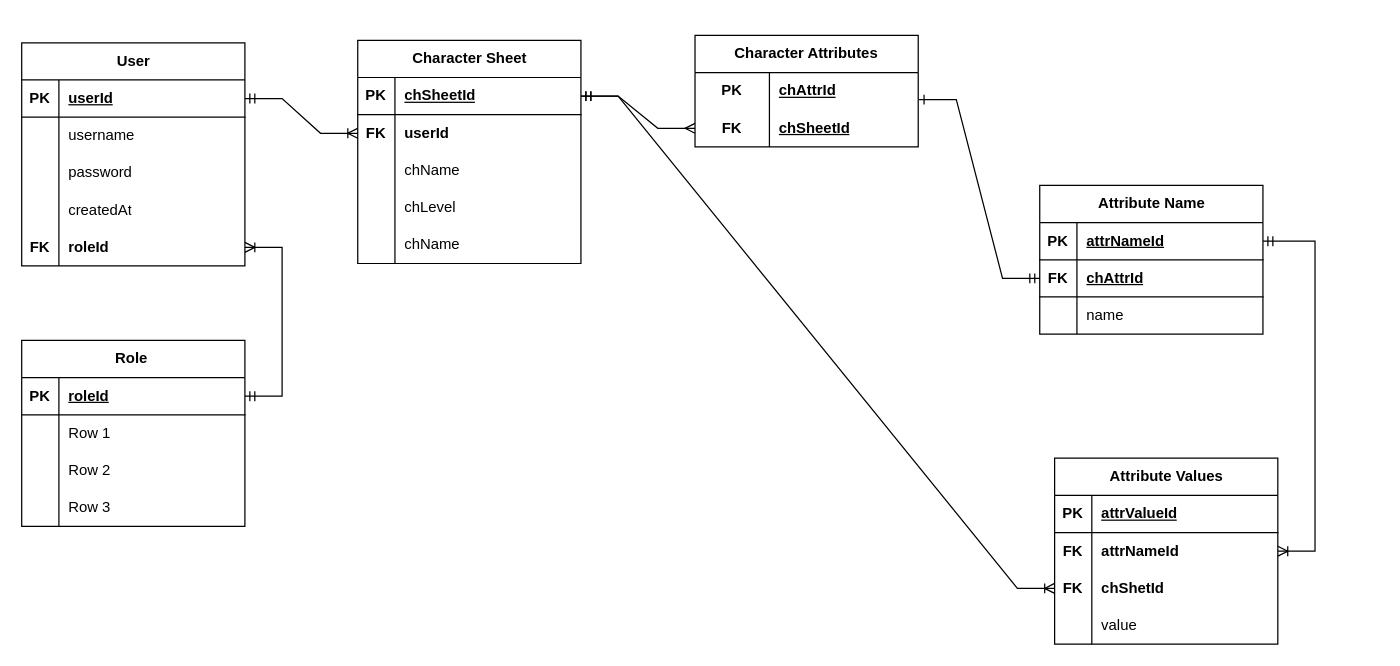
The draw.io diagram db-diagram.drawio in decioneto/rpg-ghanor-dashboard, before the edit. Source tidied: cells renumbered, new cells numbered last; positions are measured from the earlier drawing's top-left corner, leaving out a move shared by most shapes. Both pictures are drawn from the tidied source at 124%, with x=0, y=0 at pixel (21, 35).
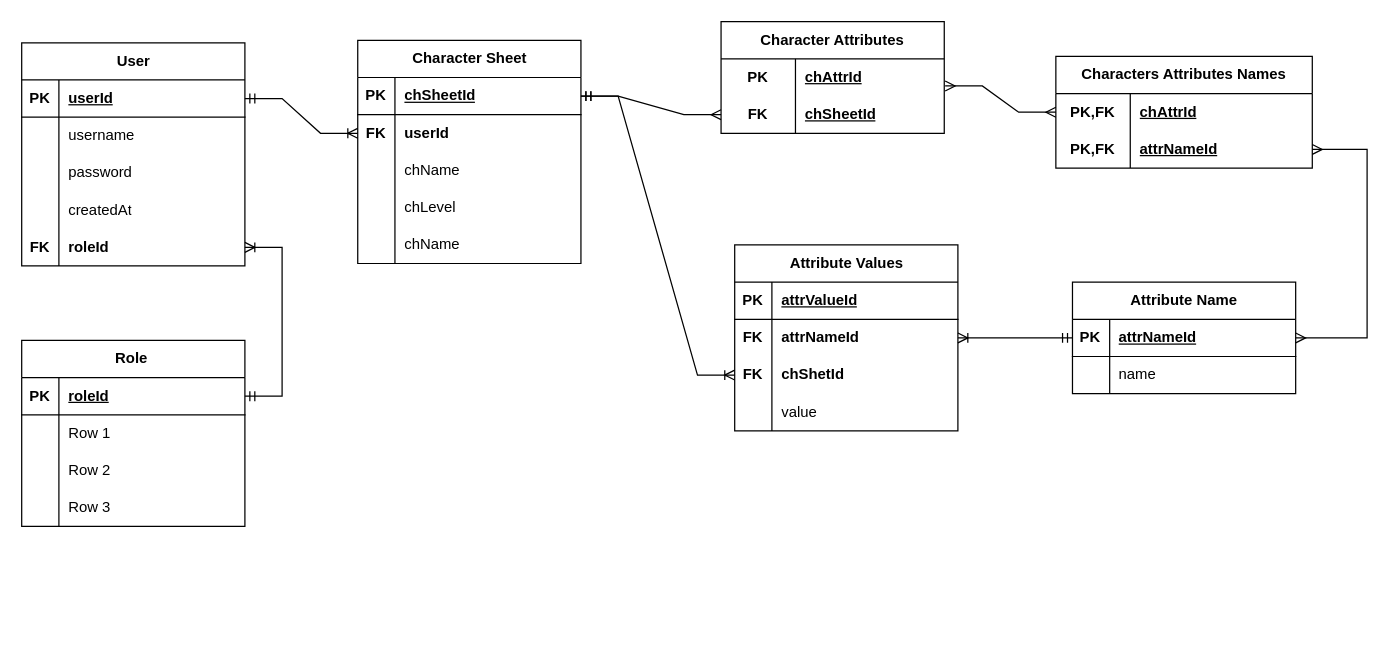
The same page after the edit.

Unchanged cells that the change refers to:
```xml
<mxCell id="48" style="shape=tableRow;horizontal=0;startSize=0;swimlaneHead=0;swimlaneBody=0;fillColor=none;points=[[0,0.5],[1,0.5]];portConstraint=eastwest;top=0;left=0;right=0;bottom=0;html=1;" parent="47" vertex="1">
  <mxGeometry y="30" width="180" height="30" as="geometry" />
</mxCell>
<mxCell id="55" style="shape=tableRow;horizontal=0;startSize=0;swimlaneHead=0;swimlaneBody=0;fillColor=none;points=[[0,0.5],[1,0.5]];portConstraint=eastwest;top=0;left=0;right=0;bottom=1;" parent="54" vertex="1">
  <mxGeometry y="30" width="180" height="30" as="geometry" />
</mxCell>
<mxCell id="68" style="shape=tableRow;horizontal=0;startSize=0;swimlaneHead=0;swimlaneBody=0;fillColor=none;points=[[0,0.5],[1,0.5]];portConstraint=eastwest;top=0;left=0;right=0;bottom=0;fontStyle=1;" parent="64" vertex="1">
  <mxGeometry y="60" width="180" height="30" as="geometry" />
</mxCell>
```

The edit, as a diff of the source:
```diff
@@
     <mxCell id="47" value="Character Attributes" style="shape=table;startSize=30;childLayout=tableLayout;rowLines=0;fontStyle=1;align=center;html=1;whiteSpace=wrap;" parent="1" vertex="1">
-      <mxGeometry x="543" width="180" height="90" as="geometry" />
+      <mxGeometry x="564" y="-11" width="180" height="90" as="geometry" />
     </mxCell>
@@
     <mxCell id="54" value="Attribute Name" style="shape=table;startSize=30;childLayout=tableLayout;rowLines=0;fontStyle=1;align=center;html=1;" parent="1" vertex="1">
-      <mxGeometry x="821" y="121" width="180" height="120" as="geometry" />
+      <mxGeometry x="847.4" y="199" width="180" height="90" as="geometry" />
     </mxCell>
@@
-    <mxCell id="58" style="shape=tableRow;horizontal=0;startSize=0;swimlaneHead=0;swimlaneBody=0;fillColor=none;points=[[0,0.5],[1,0.5]];portConstraint=eastwest;top=0;left=0;right=0;bottom=1;" parent="54" vertex="1">
-      <mxGeometry y="60" width="180" height="30" as="geometry" />
-    </mxCell>
-    <mxCell id="59" value="FK" style="shape=partialRectangle;fillColor=none;top=0;left=0;bottom=0;right=0;fontStyle=1;overflow=hidden;whiteSpace=wrap;html=1;" parent="58" vertex="1">
-      <mxGeometry width="30" height="30" as="geometry" />
-    </mxCell>
-    <mxCell id="60" value="chAttrId" style="shape=partialRectangle;fillColor=none;top=0;left=0;bottom=0;right=0;align=left;spacingLeft=6;fontStyle=5;overflow=hidden;whiteSpace=wrap;html=1;" parent="58" vertex="1">
-      <mxGeometry x="30" width="150" height="30" as="geometry" />
-    </mxCell>
     <mxCell id="61" style="shape=tableRow;horizontal=0;startSize=0;swimlaneHead=0;swimlaneBody=0;fillColor=none;top=0;left=0;right=0;bottom=0;" parent="54" vertex="1">
-      <mxGeometry y="90" width="180" height="30" as="geometry" />
+      <mxGeometry y="60" width="180" height="30" as="geometry" />
     </mxCell>
@@
     <mxCell id="64" value="Attribute Values" style="shape=table;startSize=30;childLayout=tableLayout;rowLines=0;fontStyle=1;align=center;html=1;" parent="1" vertex="1">
-      <mxGeometry x="833" y="341" width="180" height="150" as="geometry" />
+      <mxGeometry x="575" y="169" width="180" height="150" as="geometry" />
     </mxCell>
@@
-    <mxCell id="80" style="edgeStyle=entityRelationEdgeStyle;fontSize=12;html=1;endArrow=ERmandOne;rounded=0;endFill=0;startArrow=ERone;startFill=0;entryX=0;entryY=0.5;entryDx=0;entryDy=0;exitX=1.004;exitY=0.728;exitDx=0;exitDy=0;exitPerimeter=0;" parent="1" edge="1" source="48" target="58">
+    <mxCell id="80" style="edgeStyle=entityRelationEdgeStyle;fontSize=12;html=1;endArrow=ERmany;rounded=0;endFill=0;startArrow=ERmany;startFill=0;exitX=1.004;exitY=0.728;exitDx=0;exitDy=0;exitPerimeter=0;" parent="1" edge="1" source="48" target="84">
       <mxGeometry relative="1" as="geometry" />
     </mxCell>
@@
-    <mxCell id="82" style="edgeStyle=entityRelationEdgeStyle;fontSize=12;html=1;endArrow=ERoneToMany;rounded=0;endFill=0;startArrow=ERmandOne;startFill=0;exitX=1;exitY=0.5;exitDx=0;exitDy=0;" parent="1" edge="1" source="55" target="68">
+    <mxCell id="82" style="edgeStyle=entityRelationEdgeStyle;fontSize=12;html=1;endArrow=ERoneToMany;rounded=0;endFill=0;startArrow=ERmandOne;startFill=0;exitX=0;exitY=0.5;exitDx=0;exitDy=0;" parent="1" edge="1" source="55" target="68">
       <mxGeometry relative="1" as="geometry" />
     </mxCell>
+    <mxCell id="83" value="Characters Attributes Names" style="shape=table;startSize=30;childLayout=tableLayout;rowLines=0;fontStyle=1;align=center;html=1;whiteSpace=wrap;" parent="1" vertex="1">
+      <mxGeometry x="834" y="17" width="206.8" height="90" as="geometry" />
+    </mxCell>
+    <mxCell id="84" style="shape=tableRow;horizontal=0;startSize=0;swimlaneHead=0;swimlaneBody=0;fillColor=none;points=[[0,0.5],[1,0.5]];portConstraint=eastwest;top=0;left=0;right=0;bottom=0;html=1;" parent="83" vertex="1">
+      <mxGeometry y="30" width="206.8" height="30" as="geometry" />
+    </mxCell>
+    <mxCell id="85" value="PK,FK" style="shape=partialRectangle;fillColor=none;top=0;left=0;bottom=0;right=0;fontStyle=1;overflow=hidden;html=1;whiteSpace=wrap;" parent="84" vertex="1">
+      <mxGeometry width="60" height="30" as="geometry" />
+    </mxCell>
+    <mxCell id="60" value="chAttrId" style="shape=partialRectangle;fillColor=none;top=0;left=0;bottom=0;right=0;align=left;spacingLeft=6;fontStyle=5;overflow=hidden;html=1;whiteSpace=wrap;" parent="84" vertex="1">
+      <mxGeometry x="60" width="146.8" height="30" as="geometry" />
+    </mxCell>
+    <mxCell id="86" style="shape=tableRow;horizontal=0;startSize=0;swimlaneHead=0;swimlaneBody=0;fillColor=none;points=[[0,0.5],[1,0.5]];portConstraint=eastwest;top=0;left=0;right=0;bottom=0;html=1;" parent="83" vertex="1">
+      <mxGeometry y="60" width="206.8" height="30" as="geometry" />
+    </mxCell>
+    <mxCell id="87" value="PK,FK" style="shape=partialRectangle;fillColor=none;top=0;left=0;bottom=0;right=0;fontStyle=1;overflow=hidden;html=1;whiteSpace=wrap;strokeColor=inherit;" parent="86" vertex="1">
+      <mxGeometry width="60" height="30" as="geometry" />
+    </mxCell>
+    <mxCell id="88" value="attrNameId" style="shape=partialRectangle;fillColor=none;top=0;left=0;bottom=0;right=0;align=left;spacingLeft=6;fontStyle=5;overflow=hidden;html=1;whiteSpace=wrap;strokeColor=inherit;" parent="86" vertex="1">
+      <mxGeometry x="60" width="146.8" height="30" as="geometry" />
+    </mxCell>
+    <mxCell id="89" style="edgeStyle=orthogonalEdgeStyle;fontSize=12;html=1;endArrow=ERmany;rounded=0;endFill=0;startArrow=ERmany;startFill=0;exitX=1;exitY=0.5;exitDx=0;exitDy=0;entryX=1;entryY=0.5;entryDx=0;entryDy=0;elbow=vertical;" parent="1" edge="1" source="86" target="55">
+      <mxGeometry relative="1" as="geometry">
+        <Array as="points">
+          <mxPoint x="1085" y="92" />
+          <mxPoint x="1085" y="244" />
+        </Array>
+      </mxGeometry>
+    </mxCell>
```
